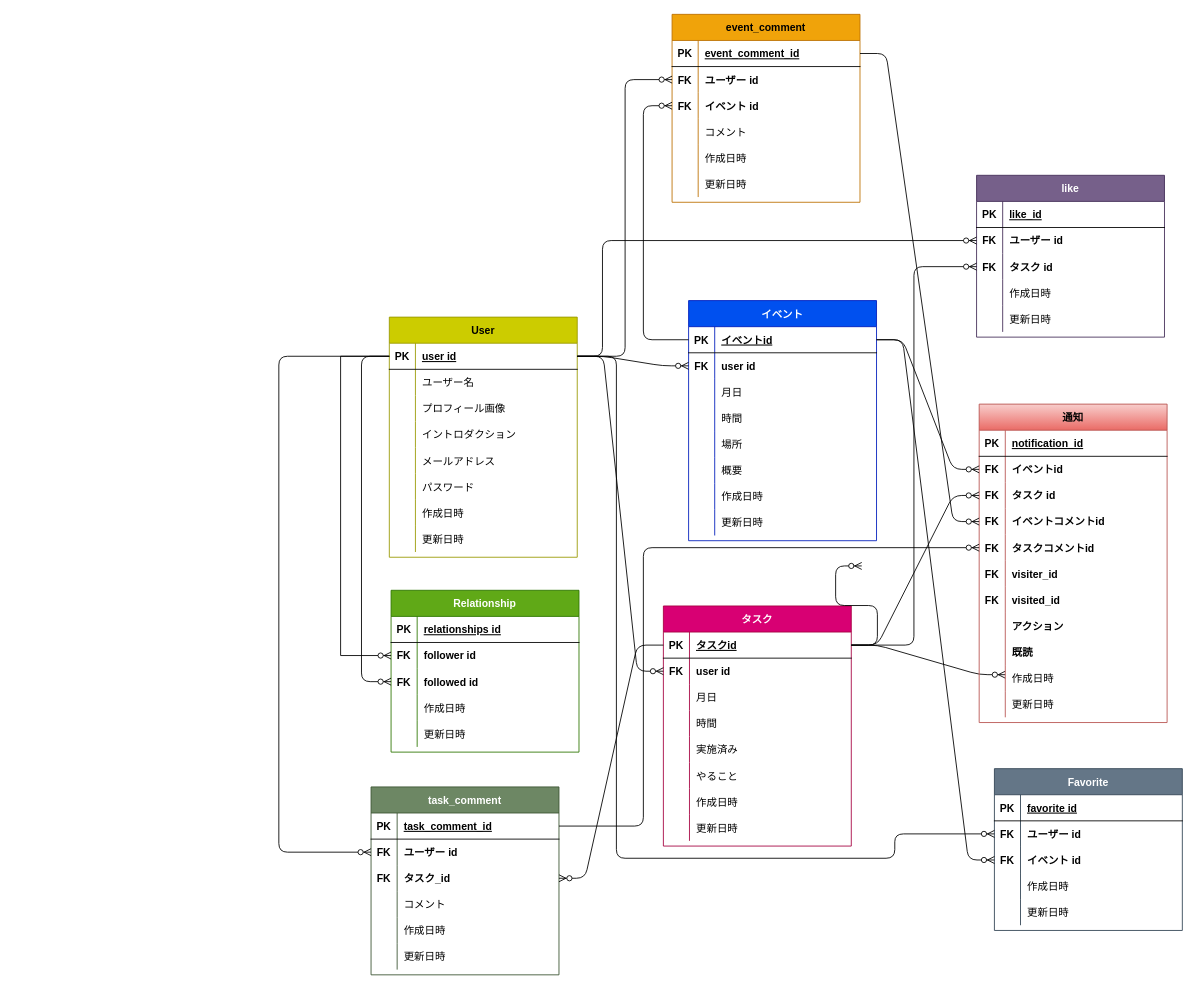
Earlier version of the draw.io diagram specification/ER figure.drawio (MurapyonCorp/My-Portfolio). Source tidied: cells renumbered, new cells numbered last; positions are measured from the earlier drawing's top-left corner, leaving out a move shared by most shapes. Both pictures are drawn from the tidied source at 87%, with x=0, y=0 at pixel (278, 14).
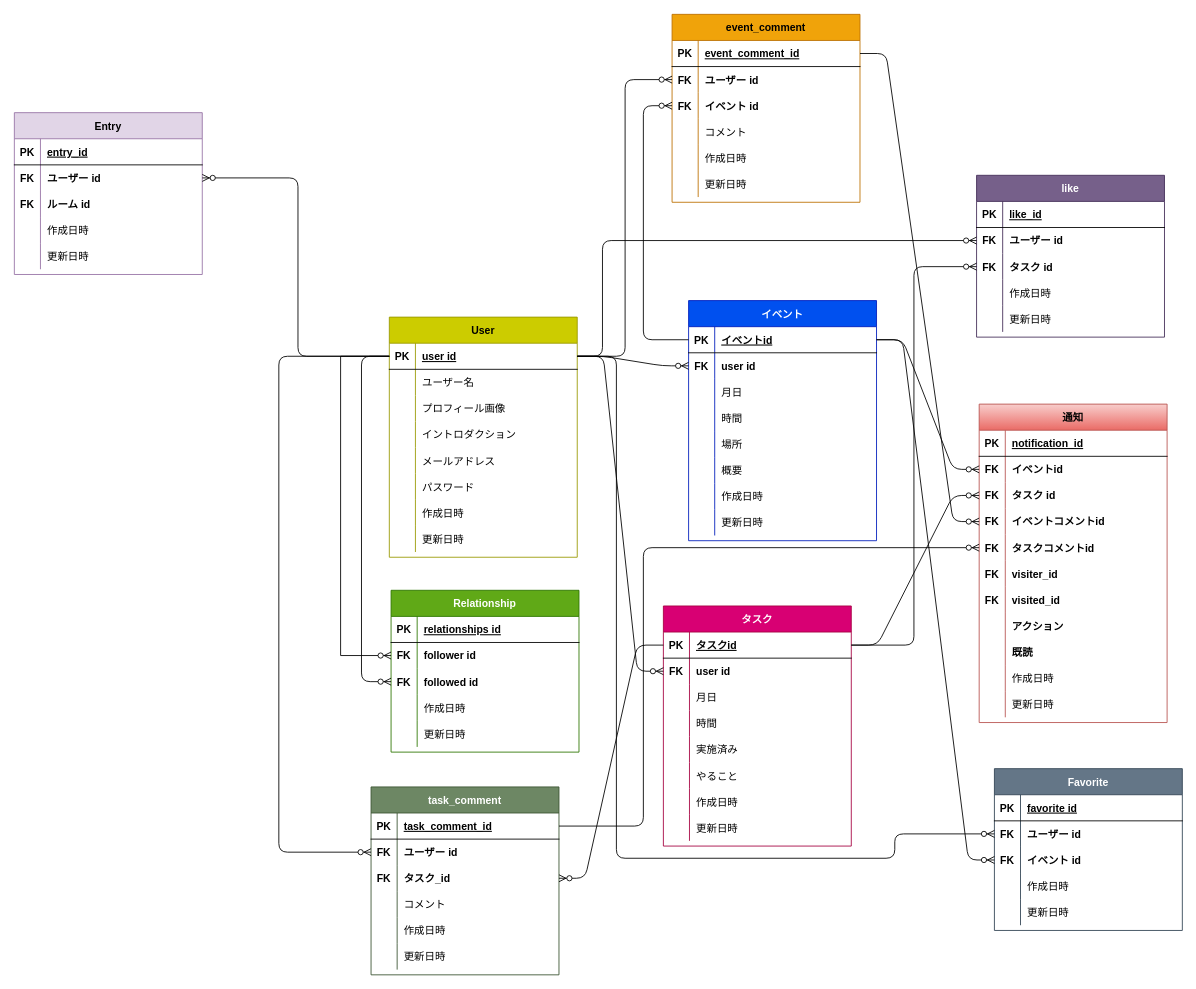
After the change.

Commit message:
entryモデル図作成

Unchanged cells that the change refers to:
```xml
<mxCell id="3" style="shape=partialRectangle;fillColor=none;top=0;left=0;bottom=1;right=0;points=[[0,0.5],[1,0.5]];portConstraint=eastwest;" parent="2" vertex="1">
  <mxGeometry y="30" width="216" height="30" as="geometry" />
</mxCell>
<mxCell id="53" style="shape=partialRectangle;fillColor=none;top=0;left=0;bottom=1;right=0;points=[[0,0.5],[1,0.5]];portConstraint=eastwest;" parent="52" vertex="1">
  <mxGeometry y="30" width="216" height="30" as="geometry" />
</mxCell>
```

The edit, as a diff of the source:
```diff
@@
-    <mxCell id="116" style="edgeStyle=entityRelationEdgeStyle;fontSize=12;html=1;endArrow=ERzeroToMany;endFill=1;fontColor=#000000;strokeColor=#000000;exitX=1;exitY=0.5;exitDx=0;exitDy=0;" parent="1" edge="1" source="53">
-      <mxGeometry relative="1" as="geometry">
-        <mxPoint x="835" y="759" as="targetPoint" />
-      </mxGeometry>
-    </mxCell>
@@
-    <mxCell id="135" style="edgeStyle=entityRelationEdgeStyle;fontSize=12;html=1;endArrow=ERzeroToMany;endFill=1;fontColor=#000000;strokeColor=#000000;exitX=1;exitY=0.5;exitDx=0;exitDy=0;" parent="1" edge="1" source="53">
-      <mxGeometry relative="1" as="geometry">
-        <mxPoint x="670" y="634" as="targetPoint" />
-      </mxGeometry>
-    </mxCell>
@@
+    <mxCell id="215" value="Entry" style="shape=table;startSize=30;childLayout=tableLayout;rowLines=0;fontStyle=1;align=center;fillColor=#e1d5e7;strokeColor=#9673a6;fontColor=#000000;" parent="1" vertex="1">
+      <mxGeometry x="-304" y="113" width="216" height="186" as="geometry" />
+    </mxCell>
+    <mxCell id="216" style="shape=partialRectangle;fillColor=none;top=0;left=0;bottom=1;right=0;" parent="215" vertex="1">
+      <mxGeometry y="30" width="216" height="30" as="geometry" />
+    </mxCell>
+    <mxCell id="217" value="PK" style="shape=partialRectangle;fillColor=none;top=0;left=0;bottom=0;right=0;fontStyle=1;overflow=hidden;fontColor=#000000;" parent="216" vertex="1">
+      <mxGeometry width="30" height="30" as="geometry" />
+    </mxCell>
+    <mxCell id="218" value="entry_id" style="shape=partialRectangle;fillColor=none;top=0;left=0;bottom=0;right=0;align=left;spacingLeft=6;fontStyle=5;overflow=hidden;fontColor=#000000;" parent="216" vertex="1">
+      <mxGeometry x="30" width="186" height="30" as="geometry" />
+    </mxCell>
+    <mxCell id="219" style="shape=partialRectangle;fillColor=none;top=0;left=0;bottom=0;right=0;points=[[0,0.5],[1,0.5]];portConstraint=eastwest;" parent="215" vertex="1">
+      <mxGeometry y="60" width="216" height="30" as="geometry" />
+    </mxCell>
+    <mxCell id="220" value="FK" style="shape=partialRectangle;fillColor=none;top=0;left=0;bottom=0;right=0;fontStyle=1;overflow=hidden;fontColor=#000000;strokeColor=#000000;" parent="219" vertex="1">
+      <mxGeometry width="30" height="30" as="geometry" />
+    </mxCell>
+    <mxCell id="221" value="ユーザー id" style="shape=partialRectangle;fillColor=none;top=0;left=0;bottom=0;right=0;align=left;spacingLeft=6;fontStyle=1;overflow=hidden;fontColor=#000000;strokeColor=#000000;strokeWidth=8;" parent="219" vertex="1">
+      <mxGeometry x="30" width="186" height="30" as="geometry" />
+    </mxCell>
+    <mxCell id="222" style="shape=partialRectangle;fillColor=none;top=0;left=0;bottom=0;right=0;" parent="215" vertex="1">
+      <mxGeometry y="90" width="216" height="30" as="geometry" />
+    </mxCell>
+    <mxCell id="223" value="FK" style="shape=partialRectangle;fillColor=none;top=0;left=0;bottom=0;right=0;fontStyle=1;overflow=hidden;fontColor=#000000;strokeColor=#000000;" parent="222" vertex="1">
+      <mxGeometry width="30" height="30" as="geometry" />
+    </mxCell>
+    <mxCell id="224" value="ルーム id" style="shape=partialRectangle;fillColor=none;top=0;left=0;bottom=0;right=0;align=left;spacingLeft=6;fontStyle=1;overflow=hidden;fontColor=#000000;strokeColor=#000000;strokeWidth=8;" parent="222" vertex="1">
+      <mxGeometry x="30" width="186" height="30" as="geometry" />
+    </mxCell>
+    <mxCell id="225" style="shape=partialRectangle;fillColor=none;top=0;left=0;bottom=0;right=0;" parent="215" vertex="1">
+      <mxGeometry y="120" width="216" height="30" as="geometry" />
+    </mxCell>
+    <mxCell id="226" style="shape=partialRectangle;fillColor=none;top=0;left=0;bottom=0;right=0;overflow=hidden;strokeColor=#999900;" parent="225" vertex="1">
+      <mxGeometry width="30" height="30" as="geometry" />
+    </mxCell>
+    <mxCell id="227" value="作成日時" style="shape=partialRectangle;fillColor=none;top=0;left=0;bottom=0;right=0;align=left;spacingLeft=6;overflow=hidden;fontColor=#000000;strokeColor=#999900;" parent="225" vertex="1">
+      <mxGeometry x="30" width="186" height="30" as="geometry" />
+    </mxCell>
+    <mxCell id="228" style="shape=partialRectangle;fillColor=none;top=0;left=0;bottom=0;right=0;" parent="215" vertex="1">
+      <mxGeometry y="150" width="216" height="30" as="geometry" />
+    </mxCell>
+    <mxCell id="229" style="shape=partialRectangle;fillColor=none;top=0;left=0;bottom=0;right=0;overflow=hidden;strokeColor=#999900;" parent="228" vertex="1">
+      <mxGeometry width="30" height="30" as="geometry" />
+    </mxCell>
+    <mxCell id="230" value="更新日時" style="shape=partialRectangle;fillColor=none;top=0;left=0;bottom=0;right=0;align=left;spacingLeft=6;overflow=hidden;fontColor=#000000;strokeColor=#999900;" parent="228" vertex="1">
+      <mxGeometry x="30" width="186" height="30" as="geometry" />
+    </mxCell>
+    <mxCell id="231" style="edgeStyle=elbowEdgeStyle;fontSize=12;html=1;endArrow=ERzeroToMany;endFill=1;strokeColor=#000000;exitX=0;exitY=0.5;exitDx=0;exitDy=0;entryX=1;entryY=0.5;entryDx=0;entryDy=0;" parent="1" edge="1" source="3" target="219">
+      <mxGeometry relative="1" as="geometry">
+        <Array as="points">
+          <mxPoint x="22" y="188" />
+        </Array>
+      </mxGeometry>
+    </mxCell>
```
